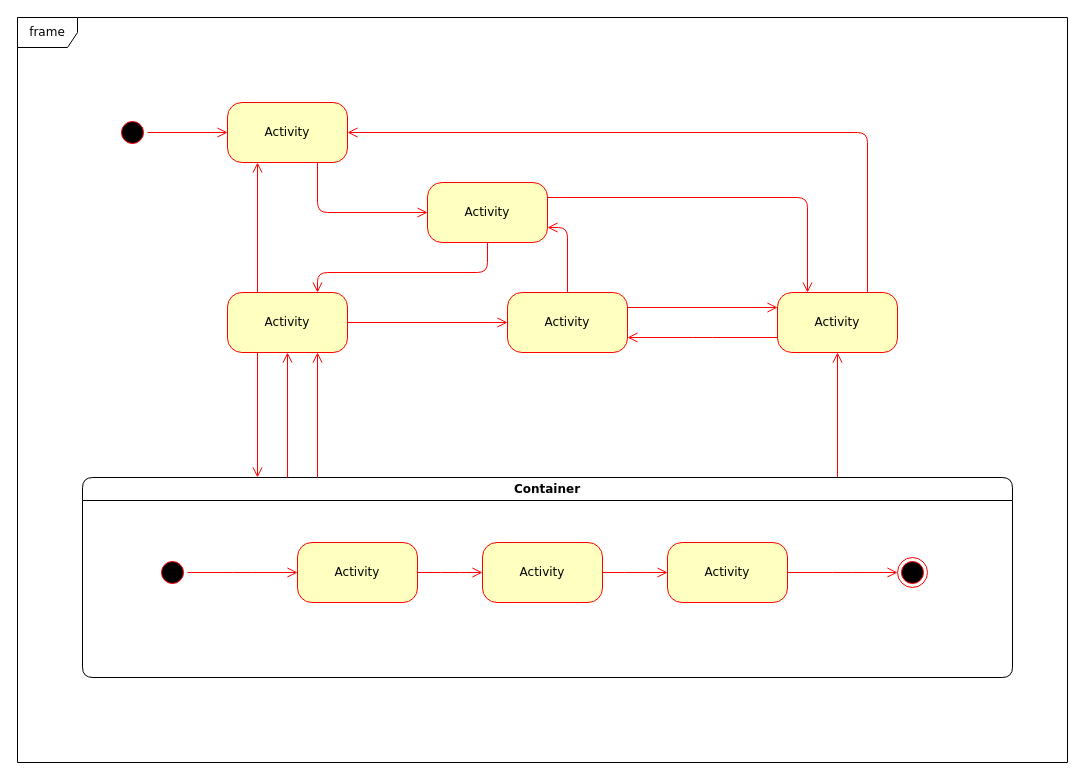
Before: 状态转换图.drawio in Justwithyou/AlgorithmCollection, a draw.io diagram. Source tidied: cells renumbered, new cells numbered last; positions are measured from the earlier drawing's top-left corner, leaving out a move shared by most shapes. Both pictures are drawn from the tidied source at 100%, with x=0, y=0 at pixel (17, 17).
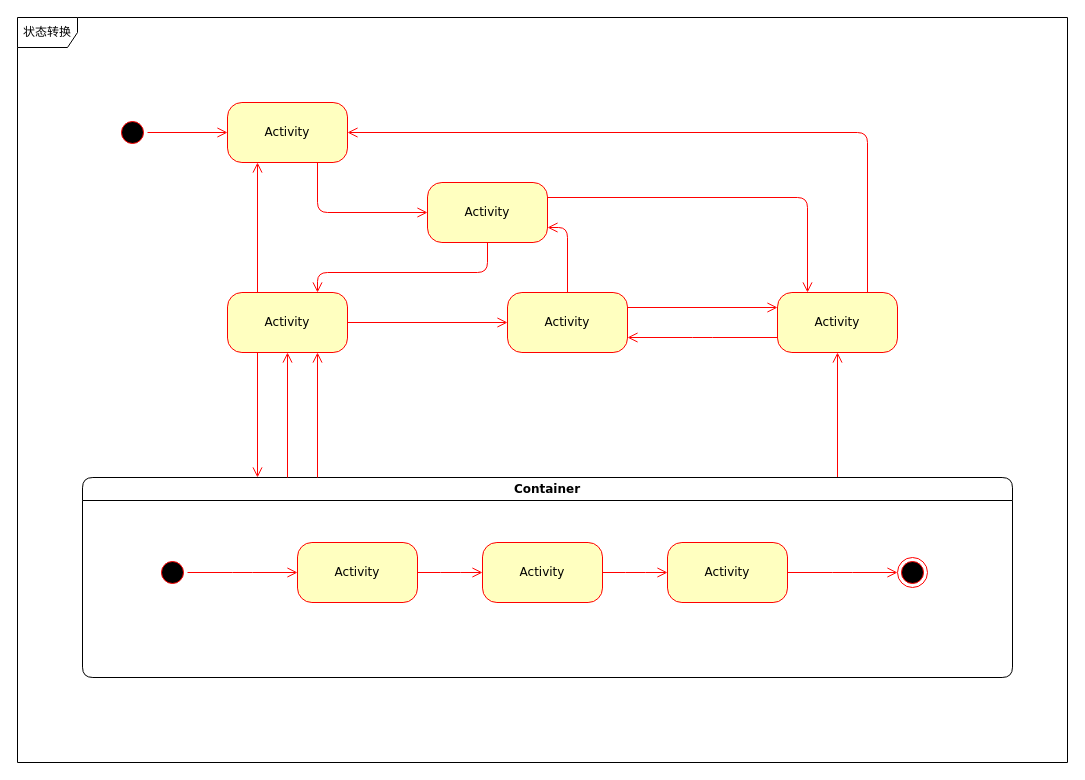
The same page after the edit.

Commit message:
状态转换图.drawio

The edit, as a diff of the source:
```diff
@@
-    <mxCell id="22" value="frame" style="shape=umlFrame;whiteSpace=wrap;html=1;rounded=1;shadow=0;comic=0;labelBackgroundColor=none;strokeWidth=1;fontFamily=Verdana;fontSize=12;align=center;" parent="1" vertex="1">
+    <mxCell id="22" value="状态转换" style="shape=umlFrame;whiteSpace=wrap;html=1;rounded=1;shadow=0;comic=0;labelBackgroundColor=none;strokeWidth=1;fontFamily=Verdana;fontSize=12;align=center;" parent="1" vertex="1">
       <mxGeometry width="1050" height="745" as="geometry" />
     </mxCell>
```
